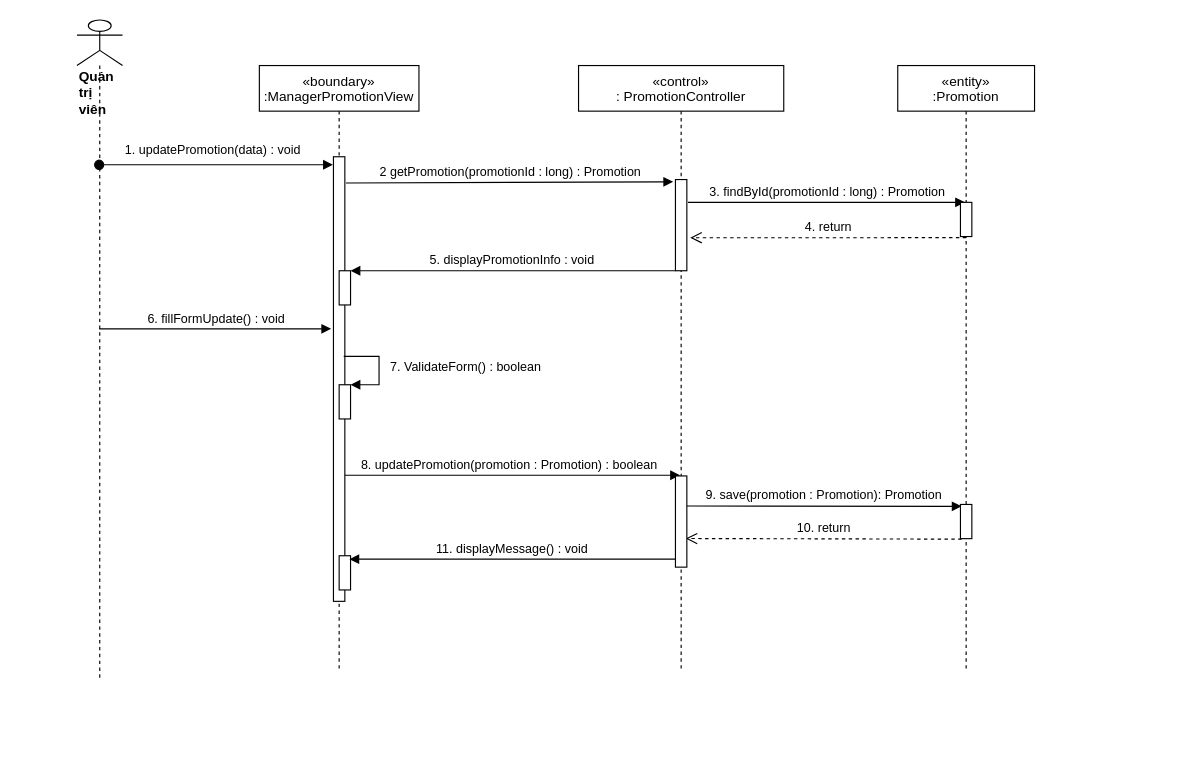
Earlier version of the draw.io diagram sequence diagram/update-promotion-manager-sequence (1).drawio (nguyenphamvan/datn_20202). Source tidied: cells renumbered, new cells numbered last; positions are measured from the earlier drawing's top-left corner, leaving out a move shared by most shapes. Both pictures are drawn from the tidied source at 114%, with x=0, y=0 at pixel (76, 19).
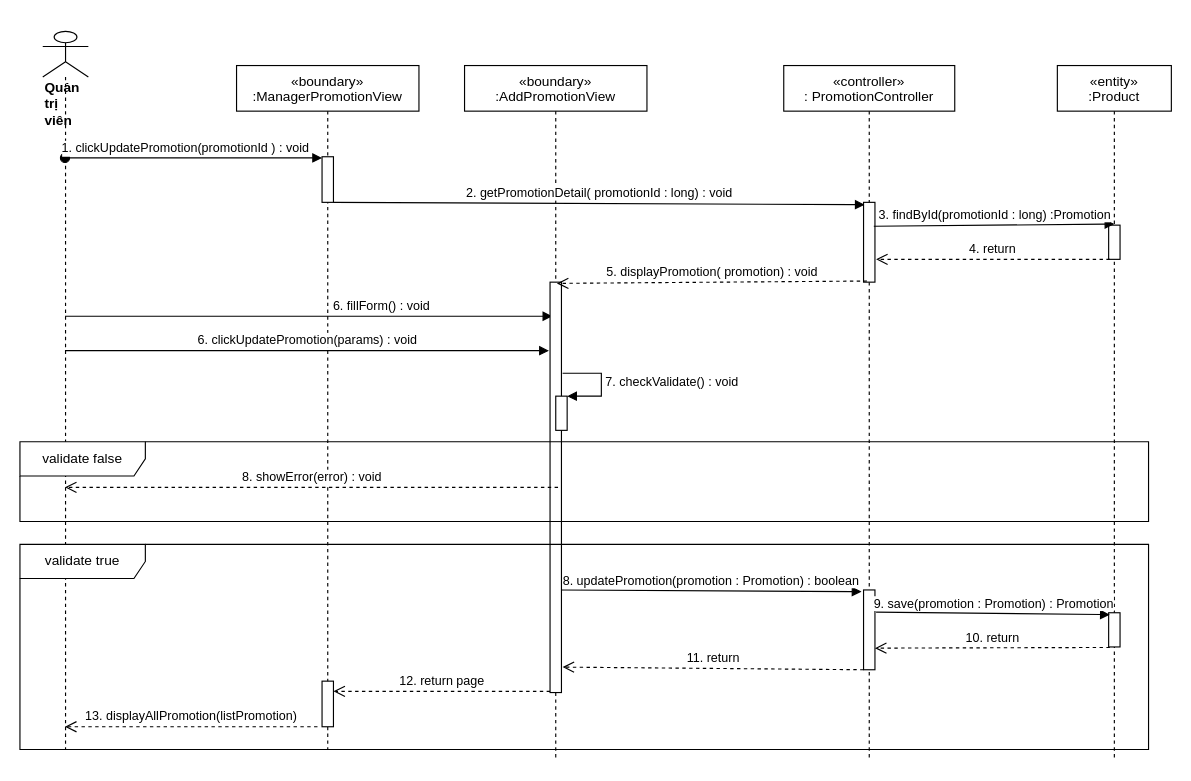
Above is the later version.

Diff of the diagram source:
```diff
@@
+    <mxCell id="25" value="«boundary»&#10;:AddPromotionView" style="shape=umlLifeline;perimeter=lifelinePerimeter;rounded=0;shadow=0;strokeWidth=1;" parent="1" vertex="1">
+      <mxGeometry x="340" y="40" width="160" height="610" as="geometry" />
+    </mxCell>
+    <mxCell id="26" value="«controller»&#10;: PromotionController" style="shape=umlLifeline;perimeter=lifelinePerimeter;rounded=0;shadow=0;strokeWidth=1;" parent="1" vertex="1">
+      <mxGeometry x="620" y="40" width="150" height="610" as="geometry" />
+    </mxCell>
+    <mxCell id="27" style="points=[];perimeter=orthogonalPerimeter;rounded=0;shadow=0;strokeWidth=1;" parent="26" vertex="1">
+      <mxGeometry x="70" y="460" width="10" height="70" as="geometry" />
+    </mxCell>
+    <mxCell id="6" value="&lt;div&gt;&lt;b&gt;Quản trị viên&lt;/b&gt;&lt;/div&gt;" style="shape=umlLifeline;participant=umlActor;perimeter=lifelinePerimeter;whiteSpace=wrap;html=1;verticalAlign=top;spacingTop=36;outlineConnect=0;align=left;size=40;" parent="1" vertex="1">
+      <mxGeometry x="-30" y="10" width="40" height="630" as="geometry" />
+    </mxCell>
+    <mxCell id="28" value="1. clickUpdatePromotion(promotionId ) : void" style="verticalAlign=bottom;startArrow=oval;endArrow=block;startSize=8;shadow=0;strokeWidth=1;entryX=0;entryY=0.025;entryDx=0;entryDy=0;entryPerimeter=0;" parent="1" edge="1" source="6" target="33">
+      <mxGeometry x="-0.06" relative="1" as="geometry" />
+    </mxCell>
+    <mxCell id="29" value="«entity»&#10;:Product" style="shape=umlLifeline;perimeter=lifelinePerimeter;rounded=0;shadow=0;strokeWidth=1;" parent="1" vertex="1">
+      <mxGeometry x="860" y="40" width="100" height="610" as="geometry" />
+    </mxCell>
+    <mxCell id="30" style="points=[];perimeter=orthogonalPerimeter;rounded=0;shadow=0;strokeWidth=1;" parent="29" vertex="1">
+      <mxGeometry x="45" y="480" width="10" height="30" as="geometry" />
+    </mxCell>
+    <mxCell id="31" value="9. save(promotion : Promotion) : Promotion" style="html=1;verticalAlign=bottom;endArrow=block;entryX=0.1;entryY=0.055;entryDx=0;entryDy=0;entryPerimeter=0;exitX=1.1;exitY=0.278;exitDx=0;exitDy=0;exitPerimeter=0;" parent="1" edge="1" source="27" target="30">
+      <mxGeometry relative="1" as="geometry" />
+    </mxCell>
+    <mxCell id="12" value="10. return" style="html=1;verticalAlign=bottom;endArrow=open;dashed=1;endSize=8;exitX=0.1;exitY=1.015;exitDx=0;exitDy=0;exitPerimeter=0;entryX=1;entryY=0.729;entryDx=0;entryDy=0;entryPerimeter=0;" parent="1" edge="1" source="30" target="27">
+      <mxGeometry relative="1" as="geometry" />
+    </mxCell>
+    <mxCell id="32" value="6. fillForm() : void" style="html=1;verticalAlign=bottom;endArrow=block;entryX=0.2;entryY=0.083;entryDx=0;entryDy=0;entryPerimeter=0;" parent="1" edge="1" source="6" target="34">
+      <mxGeometry x="0.29" relative="1" as="geometry">
+        <mxPoint x="1" as="offset" />
+      </mxGeometry>
+    </mxCell>
+    <mxCell id="8" value="8. updatePromotion(promotion : Promotion) : boolean" style="html=1;verticalAlign=bottom;endArrow=block;entryX=-0.18;entryY=0.021;entryDx=0;entryDy=0;entryPerimeter=0;exitX=0.9;exitY=0.75;exitDx=0;exitDy=0;exitPerimeter=0;" parent="1" edge="1" source="34" target="27">
+      <mxGeometry relative="1" as="geometry" />
+    </mxCell>
     <mxCell id="2" value="«boundary»&#10;:ManagerPromotionView" style="shape=umlLifeline;perimeter=lifelinePerimeter;rounded=0;shadow=0;strokeWidth=1;" parent="1" vertex="1">
-      <mxGeometry x="160" y="40" width="140" height="530" as="geometry" />
+      <mxGeometry x="140" y="40" width="160" height="600" as="geometry" />
     </mxCell>
-    <mxCell id="3" style="points=[];perimeter=orthogonalPerimeter;rounded=0;shadow=0;strokeWidth=1;" parent="2" vertex="1">
-      <mxGeometry x="65" y="80" width="10" height="390" as="geometry" />
-    </mxCell>
-    <mxCell id="4" style="html=1;points=[];perimeter=orthogonalPerimeter;" parent="2" vertex="1">
-      <mxGeometry x="70" y="430" width="10" height="30" as="geometry" />
-    </mxCell>
-    <mxCell id="5" value="«control»&#10;: PromotionController" style="shape=umlLifeline;perimeter=lifelinePerimeter;rounded=0;shadow=0;strokeWidth=1;" parent="1" vertex="1">
-      <mxGeometry x="440" y="40" width="180" height="530" as="geometry" />
-    </mxCell>
-    <mxCell id="6" value="&lt;div&gt;&lt;b&gt;Quản trị viên&lt;/b&gt;&lt;/div&gt;" style="shape=umlLifeline;participant=umlActor;perimeter=lifelinePerimeter;whiteSpace=wrap;html=1;verticalAlign=top;spacingTop=36;outlineConnect=0;align=left;size=40;" parent="1" vertex="1">
-      <mxGeometry width="40" height="580" as="geometry" />
-    </mxCell>
-    <mxCell id="7" value="1. updatePromotion(data) : void" style="verticalAlign=bottom;startArrow=oval;endArrow=block;startSize=8;shadow=0;strokeWidth=1;entryX=-0.05;entryY=0.018;entryDx=0;entryDy=0;entryPerimeter=0;" parent="1" edge="1" source="6" target="3">
-      <mxGeometry x="-0.02" y="4" relative="1" as="geometry" />
-    </mxCell>
-    <mxCell id="8" value="8. updatePromotion(promotion : Promotion) : boolean" style="html=1;verticalAlign=bottom;endArrow=block;entryX=0.4;entryY=-0.008;entryDx=0;entryDy=0;entryPerimeter=0;" parent="1" edge="1" source="3" target="13">
-      <mxGeometry x="-0.02" relative="1" as="geometry" />
-    </mxCell>
-    <mxCell id="9" value="11. displayMessage() : void" style="verticalAlign=bottom;endArrow=block;shadow=0;strokeWidth=1;entryX=0.9;entryY=0.1;entryDx=0;entryDy=0;entryPerimeter=0;" parent="1" edge="1" source="13" target="4">
-      <mxGeometry relative="1" as="geometry" />
-    </mxCell>
-    <mxCell id="10" value="«entity»&#10;:Promotion" style="shape=umlLifeline;perimeter=lifelinePerimeter;rounded=0;shadow=0;strokeWidth=1;" parent="1" vertex="1">
-      <mxGeometry x="720" y="40" width="120" height="530" as="geometry" />
-    </mxCell>
-    <mxCell id="11" value="9. save(promotion : Promotion): Promotion" style="html=1;verticalAlign=bottom;endArrow=block;entryX=0.1;entryY=0.055;entryDx=0;entryDy=0;entryPerimeter=0;exitX=0.9;exitY=0.329;exitDx=0;exitDy=0;exitPerimeter=0;" parent="1" edge="1" source="13" target="14">
-      <mxGeometry relative="1" as="geometry" />
-    </mxCell>
-    <mxCell id="12" value="10. return" style="html=1;verticalAlign=bottom;endArrow=open;dashed=1;endSize=8;exitX=0.1;exitY=1.015;exitDx=0;exitDy=0;exitPerimeter=0;entryX=0.9;entryY=0.686;entryDx=0;entryDy=0;entryPerimeter=0;" parent="1" edge="1" source="14" target="13">
-      <mxGeometry relative="1" as="geometry" />
-    </mxCell>
-    <mxCell id="13" style="points=[];perimeter=orthogonalPerimeter;rounded=0;shadow=0;strokeWidth=1;" parent="1" vertex="1">
-      <mxGeometry x="525" y="400" width="10" height="80" as="geometry" />
-    </mxCell>
-    <mxCell id="14" style="points=[];perimeter=orthogonalPerimeter;rounded=0;shadow=0;strokeWidth=1;" parent="1" vertex="1">
-      <mxGeometry x="775" y="425" width="10" height="30" as="geometry" />
-    </mxCell>
-    <mxCell id="15" value="2 getPromotion(promotionId : long) : Promotion" style="html=1;verticalAlign=bottom;endArrow=block;entryX=-0.2;entryY=0.025;entryDx=0;entryDy=0;entryPerimeter=0;" parent="1" edge="1" target="16">
-      <mxGeometry relative="1" as="geometry">
-        <mxPoint x="236" y="143" as="sourcePoint" />
-      </mxGeometry>
-    </mxCell>
-    <mxCell id="16" style="html=1;points=[];perimeter=orthogonalPerimeter;" parent="1" vertex="1">
-      <mxGeometry x="525" y="140" width="10" height="80" as="geometry" />
-    </mxCell>
-    <mxCell id="17" value="3. findById(promotionId : long) : Promotion" style="html=1;verticalAlign=bottom;endArrow=block;entryX=0.4;entryY=0;entryDx=0;entryDy=0;entryPerimeter=0;" parent="1" edge="1" target="18">
-      <mxGeometry relative="1" as="geometry">
-        <mxPoint x="536" y="160" as="sourcePoint" />
-      </mxGeometry>
-    </mxCell>
-    <mxCell id="18" style="html=1;points=[];perimeter=orthogonalPerimeter;" parent="1" vertex="1">
-      <mxGeometry x="775" y="160" width="10" height="30" as="geometry" />
-    </mxCell>
+    <mxCell id="33" style="html=1;points=[];perimeter=orthogonalPerimeter;" parent="1" vertex="1">
+      <mxGeometry x="215" y="120" width="10" height="40" as="geometry" />
+    </mxCell>
+    <mxCell id="34" style="html=1;points=[];perimeter=orthogonalPerimeter;" parent="1" vertex="1">
+      <mxGeometry x="415" y="230" width="10" height="360" as="geometry" />
+    </mxCell>
+    <mxCell id="35" value="2. getPromotionDetail( promotionId : long) : void" style="html=1;verticalAlign=bottom;endArrow=block;exitX=1;exitY=1;exitDx=0;exitDy=0;exitPerimeter=0;entryX=0.1;entryY=0.029;entryDx=0;entryDy=0;entryPerimeter=0;" parent="1" edge="1" source="33" target="43">
+      <mxGeometry relative="1" as="geometry" />
+    </mxCell>
+    <mxCell id="36" value="6. clickUpdatePromotion(params) : void" style="html=1;verticalAlign=bottom;endArrow=block;entryX=-0.1;entryY=0.167;entryDx=0;entryDy=0;entryPerimeter=0;" parent="1" edge="1" source="6" target="34">
+      <mxGeometry relative="1" as="geometry" />
+    </mxCell>
+    <mxCell id="37" value="8. showError(error) : void" style="html=1;verticalAlign=bottom;endArrow=open;dashed=1;endSize=8;" parent="1" edge="1" target="6">
+      <mxGeometry relative="1" as="geometry">
+        <mxPoint x="422" y="410" as="sourcePoint" />
+      </mxGeometry>
+    </mxCell>
+    <mxCell id="38" value="validate false" style="shape=umlFrame;whiteSpace=wrap;html=1;width=110;height=30;" parent="1" vertex="1">
+      <mxGeometry x="-50" y="370" width="990" height="70" as="geometry" />
+    </mxCell>
+    <mxCell id="39" value="11. return" style="html=1;verticalAlign=bottom;endArrow=open;dashed=1;endSize=8;exitX=0;exitY=1;exitDx=0;exitDy=0;exitPerimeter=0;entryX=1.1;entryY=0.938;entryDx=0;entryDy=0;entryPerimeter=0;" parent="1" edge="1" source="27" target="34">
+      <mxGeometry relative="1" as="geometry" />
+    </mxCell>
+    <mxCell id="40" value="12. return page" style="html=1;verticalAlign=bottom;endArrow=open;dashed=1;endSize=8;exitX=0;exitY=0.997;exitDx=0;exitDy=0;exitPerimeter=0;" parent="1" edge="1" source="34" target="41">
+      <mxGeometry relative="1" as="geometry" />
+    </mxCell>
+    <mxCell id="41" style="html=1;points=[];perimeter=orthogonalPerimeter;" parent="1" vertex="1">
+      <mxGeometry x="215" y="580" width="10" height="40" as="geometry" />
+    </mxCell>
+    <mxCell id="42" value="&lt;span style=&quot;color: rgb(0 , 0 , 0) ; font-family: &amp;#34;helvetica&amp;#34; ; font-size: 11px ; font-style: normal ; font-weight: 400 ; letter-spacing: normal ; text-align: center ; text-indent: 0px ; text-transform: none ; word-spacing: 0px ; background-color: rgb(255 , 255 , 255) ; display: inline ; float: none&quot;&gt;13. displayAllPromotion(listPromotion)&lt;/span&gt;" style="html=1;verticalAlign=bottom;endArrow=open;dashed=1;endSize=8;exitX=-0.4;exitY=1;exitDx=0;exitDy=0;exitPerimeter=0;" parent="1" edge="1" source="41" target="6">
+      <mxGeometry relative="1" as="geometry" />
+    </mxCell>
+    <mxCell id="43" style="html=1;points=[];perimeter=orthogonalPerimeter;" parent="1" vertex="1">
+      <mxGeometry x="690" y="160" width="10" height="70" as="geometry" />
+    </mxCell>
+    <mxCell id="44" style="html=1;points=[];perimeter=orthogonalPerimeter;" parent="1" vertex="1">
+      <mxGeometry x="905" y="180" width="10" height="30" as="geometry" />
+    </mxCell>
+    <mxCell id="45" value="3. findById(promotionId : long) :Promotion" style="html=1;verticalAlign=bottom;endArrow=block;entryX=0.5;entryY=-0.033;entryDx=0;entryDy=0;entryPerimeter=0;exitX=0.9;exitY=0.3;exitDx=0;exitDy=0;exitPerimeter=0;" parent="1" edge="1" source="43" target="44">
+      <mxGeometry relative="1" as="geometry" />
+    </mxCell>
-    <mxCell id="19" value="4. return" style="html=1;verticalAlign=bottom;endArrow=open;dashed=1;endSize=8;exitX=0.5;exitY=1.033;exitDx=0;exitDy=0;exitPerimeter=0;entryX=1.3;entryY=0.638;entryDx=0;entryDy=0;entryPerimeter=0;" parent="1" edge="1" source="18" target="16">
+    <mxCell id="19" value="4. return" style="html=1;verticalAlign=bottom;endArrow=open;dashed=1;endSize=8;exitX=0.1;exitY=1;exitDx=0;exitDy=0;exitPerimeter=0;entryX=1.1;entryY=0.714;entryDx=0;entryDy=0;entryPerimeter=0;" parent="1" edge="1" source="44" target="43">
       <mxGeometry relative="1" as="geometry" />
     </mxCell>
-    <mxCell id="20" value="5. displayPromotionInfo : void" style="verticalAlign=bottom;endArrow=block;shadow=0;strokeWidth=1;" parent="1" edge="1" source="16" target="21">
-      <mxGeometry relative="1" as="geometry" />
-    </mxCell>
-    <mxCell id="21" style="html=1;points=[];perimeter=orthogonalPerimeter;" parent="1" vertex="1">
-      <mxGeometry x="230" y="220" width="10" height="30" as="geometry" />
-    </mxCell>
-    <mxCell id="22" value="6. fillFormUpdate() : void" style="html=1;verticalAlign=bottom;endArrow=block;entryX=-0.2;entryY=0.387;entryDx=0;entryDy=0;entryPerimeter=0;" parent="1" edge="1" source="6" target="3">
-      <mxGeometry relative="1" as="geometry" />
-    </mxCell>
-    <mxCell id="23" style="html=1;points=[];perimeter=orthogonalPerimeter;" parent="1" vertex="1">
-      <mxGeometry x="230" y="320" width="10" height="30" as="geometry" />
-    </mxCell>
-    <mxCell id="24" value="&amp;nbsp; 7. ValidateForm() : boolean" style="edgeStyle=orthogonalEdgeStyle;html=1;align=left;spacingLeft=2;endArrow=block;rounded=0;entryX=1;entryY=0;exitX=0.9;exitY=0.449;exitDx=0;exitDy=0;exitPerimeter=0;" parent="1" edge="1" source="3" target="23">
-      <mxGeometry relative="1" as="geometry">
-        <Array as="points">
-          <mxPoint x="265" y="295" />
-          <mxPoint x="265" y="320" />
-        </Array>
-      </mxGeometry>
-    </mxCell>
+    <mxCell id="46" value="5. displayPromotion( promotion) : void" style="html=1;verticalAlign=bottom;endArrow=open;dashed=1;endSize=8;exitX=0.3;exitY=0.986;exitDx=0;exitDy=0;exitPerimeter=0;entryX=0.6;entryY=0.003;entryDx=0;entryDy=0;entryPerimeter=0;" parent="1" edge="1" source="43" target="34">
+      <mxGeometry relative="1" as="geometry" />
+    </mxCell>
+    <mxCell id="47" style="html=1;points=[];perimeter=orthogonalPerimeter;" parent="1" vertex="1">
+      <mxGeometry x="420" y="330" width="10" height="30" as="geometry" />
+    </mxCell>
+    <mxCell id="48" value="7. checkValidate() : void" style="edgeStyle=orthogonalEdgeStyle;html=1;align=left;spacingLeft=2;endArrow=block;rounded=0;entryX=1;entryY=0;exitX=1.1;exitY=0.222;exitDx=0;exitDy=0;exitPerimeter=0;" parent="1" edge="1" source="34" target="47">
+      <mxGeometry relative="1" as="geometry">
+        <Array as="points">
+          <mxPoint x="460" y="310" />
+          <mxPoint x="460" y="330" />
+        </Array>
+      </mxGeometry>
+    </mxCell>
+    <mxCell id="49" value="validate true" style="shape=umlFrame;whiteSpace=wrap;html=1;width=110;height=30;" parent="1" vertex="1">
+      <mxGeometry x="-50" y="460" width="990" height="180" as="geometry" />
+    </mxCell>
```
